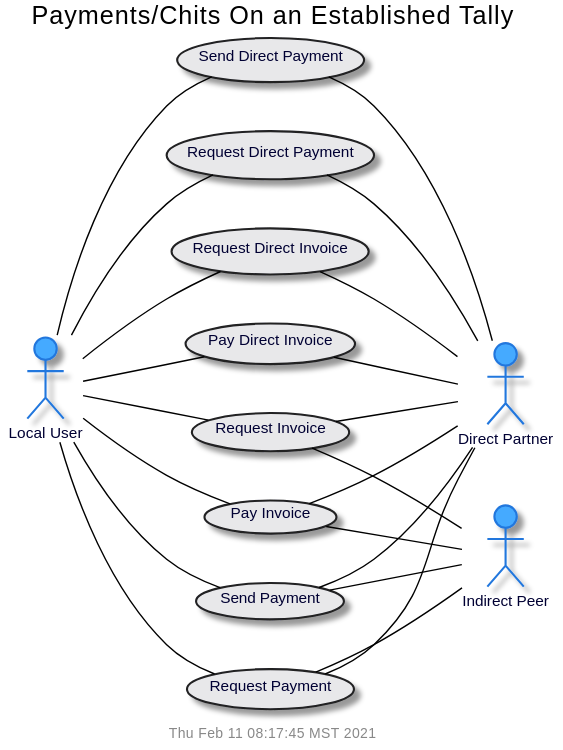
Before: doc/uml/use-chit.svg, a diagram exported from PlantUML (gotchoices/MyCHIPs). Source of this version:
```plantuml
@startuml
!include common.puml
$title(Payments/Chits On an Established Tally)
left to right direction

actor "Local User" as user
actor "Direct Partner" as partner
actor "Indirect Peer" as peer

usecase "Send Direct Payment" as sendDirPmt
usecase "Request Direct Payment" as reqDirPay
usecase "Request Direct Invoice" as reqDirInv
usecase "Pay Direct Invoice" as payDir
usecase "Send Payment" as sendPmt
usecase "Request Payment" as reqPmt
usecase "Request Invoice" as reqInv
usecase "Pay Invoice" as payInv

user	--	sendDirPmt
		sendDirPmt	--	partner
user	--	reqDirPay
		reqDirPay	--	partner
user	--	reqDirInv
		reqDirInv	--	partner
user	--	payDir
		payDir	--	partner
user	--	sendPmt
		sendPmt	--	partner
		sendPmt	--	peer
user	--	reqPmt
		reqPmt	--	partner
		reqPmt	--	peer
user	--	reqInv
		reqInv	--	partner
		reqInv	--	peer
user	--	payInv
		payInv	--	partner
		payInv	--	peer

@enduml
```
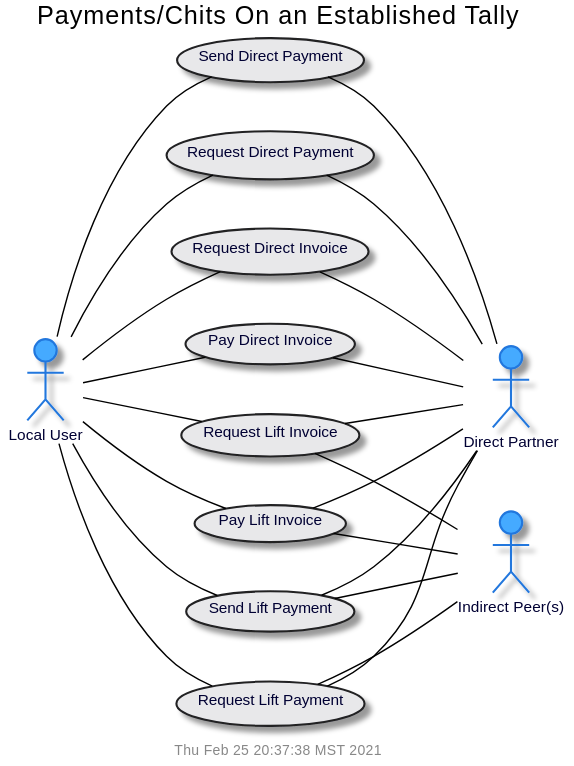
The same file after the commit.

What changed in the source:
```diff
@@ -5,16 +5,16 @@
 
 actor "Local User" as user
 actor "Direct Partner" as partner
-actor "Indirect Peer" as peer
+actor "Indirect Peer(s)" as peer
 
 usecase "Send Direct Payment" as sendDirPmt
 usecase "Request Direct Payment" as reqDirPay
 usecase "Request Direct Invoice" as reqDirInv
 usecase "Pay Direct Invoice" as payDir
-usecase "Send Payment" as sendPmt
-usecase "Request Payment" as reqPmt
-usecase "Request Invoice" as reqInv
-usecase "Pay Invoice" as payInv
+usecase "Send Lift Payment" as sendPmt
+usecase "Request Lift Payment" as reqPmt
+usecase "Request Lift Invoice" as reqInv
+usecase "Pay Lift Invoice" as payInv
 
 user	--	sendDirPmt
 		sendDirPmt	--	partner
```
